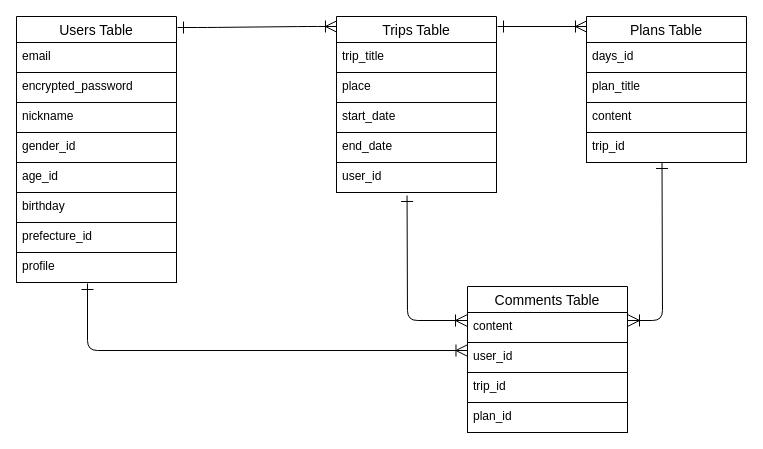
Before: ER.dio in toritori3165/tabipedia, a draw.io diagram. Source tidied: cells renumbered, new cells numbered last; positions are measured from the earlier drawing's top-left corner, leaving out a move shared by most shapes. Both pictures are drawn from the tidied source at 100%, with x=0, y=0 at pixel (16, 16).
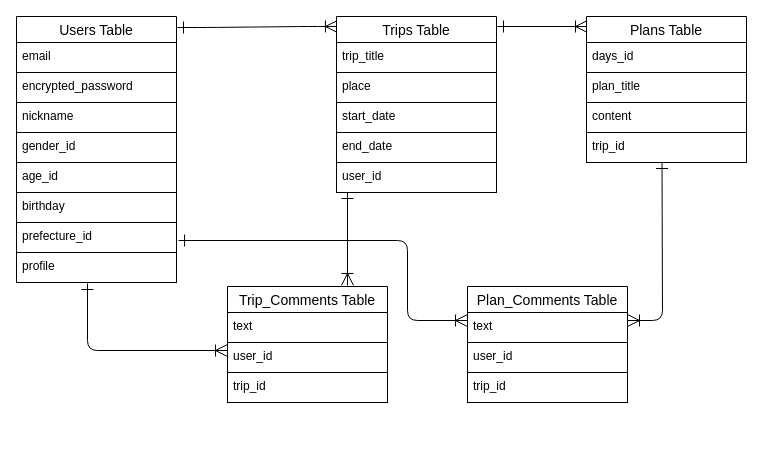
After the change.

The change refers to these unchanged cells:
```xml
<mxCell id="22" value="prefecture_id" style="text;strokeColor=default;fillColor=none;spacingLeft=4;spacingRight=4;overflow=hidden;points=[[0,0.5],[1,0.5]];portConstraint=eastwest;fontSize=12;" parent="13" vertex="1">
  <mxGeometry y="206" width="160" height="30" as="geometry" />
</mxCell>
<mxCell id="25" value="user_id" style="text;strokeColor=default;fillColor=none;spacingLeft=4;spacingRight=4;overflow=hidden;points=[[0,0.5],[1,0.5]];portConstraint=eastwest;fontSize=12;" parent="24" vertex="1">
  <mxGeometry y="146" width="160" height="30" as="geometry" />
</mxCell>
```

The edit, as a diff of the source:
```diff
@@
-    <mxCell id="2" style="fontSize=12;html=1;endArrow=ERoneToMany;entryX=0.003;entryY=0.267;entryDx=0;entryDy=0;entryPerimeter=0;startArrow=ERone;startFill=0;endSize=10;startSize=10;" parent="1" edge="1" target="7">
+    <mxCell id="2" style="fontSize=12;html=1;endArrow=ERoneToMany;startArrow=ERone;startFill=0;endSize=10;startSize=10;" parent="1" edge="1">
       <mxGeometry relative="1" as="geometry">
         <mxPoint x="71" y="267" as="sourcePoint" />
+        <mxPoint x="211" y="334" as="targetPoint" />
         <Array as="points">
           <mxPoint x="71" y="334" />
         </Array>
       </mxGeometry>
     </mxCell>
@@
-    <mxCell id="4" style="group;" parent="1" vertex="1">
-      <mxGeometry x="451" y="270" width="160" height="146" as="geometry" />
-    </mxCell>
-    <mxCell id="5" value="Comments Table" style="swimlane;fontStyle=0;horizontal=1;startSize=26;align=center;fontSize=14;strokeColor=default;" parent="4" vertex="1">
-      <mxGeometry width="160" height="116" as="geometry" />
-    </mxCell>
-    <mxCell id="6" value="content" style="text;strokeColor=default;fillColor=none;spacingLeft=4;spacingRight=4;overflow=hidden;fontSize=12;" parent="5" vertex="1">
-      <mxGeometry y="26" width="160" height="30" as="geometry" />
-    </mxCell>
-    <mxCell id="7" value="user_id" style="text;strokeColor=none;fillColor=none;spacingLeft=4;spacingRight=4;overflow=hidden;points=[[0,0.5],[1,0.5]];portConstraint=eastwest;fontSize=12;" parent="5" vertex="1">
-      <mxGeometry y="56" width="160" height="30" as="geometry" />
-    </mxCell>
-    <mxCell id="8" value="trip_id" style="text;strokeColor=default;fillColor=none;spacingLeft=4;spacingRight=4;overflow=hidden;fontSize=12;" parent="5" vertex="1">
-      <mxGeometry y="86" width="160" height="30" as="geometry" />
-    </mxCell>
-    <mxCell id="9" value="plan_id" style="text;strokeColor=default;fillColor=none;spacingLeft=4;spacingRight=4;overflow=hidden;fontSize=12;" parent="4" vertex="1">
-      <mxGeometry y="116" width="160" height="30" as="geometry" />
-    </mxCell>
@@
-    <mxCell id="11" style="endArrow=ERone;html=1;startArrow=ERoneToMany;startFill=0;endFill=0;endSize=10;startSize=10;entryX=0.441;entryY=1.1;entryDx=0;entryDy=0;entryPerimeter=0;" parent="1" edge="1" target="25">
+    <mxCell id="11" style="endArrow=ERone;html=1;startArrow=ERoneToMany;startFill=0;endFill=0;endSize=10;startSize=10;entryX=1.013;entryY=0.6;entryDx=0;entryDy=0;entryPerimeter=0;" parent="1" edge="1" target="22">
       <mxGeometry relative="1" as="geometry">
         <mxPoint x="451" y="304" as="sourcePoint" />
         <Array as="points">
           <mxPoint x="391" y="304" />
+          <mxPoint x="391" y="224" />
         </Array>
       </mxGeometry>
     </mxCell>
@@
+    <mxCell id="5" value="Plan_Comments Table" style="swimlane;fontStyle=0;horizontal=1;startSize=26;align=center;fontSize=14;strokeColor=default;" parent="1" vertex="1">
+      <mxGeometry x="451" y="270" width="160" height="116" as="geometry" />
+    </mxCell>
+    <mxCell id="6" value="text" style="text;strokeColor=default;fillColor=none;spacingLeft=4;spacingRight=4;overflow=hidden;fontSize=12;" parent="5" vertex="1">
+      <mxGeometry y="26" width="160" height="30" as="geometry" />
+    </mxCell>
+    <mxCell id="7" value="user_id" style="text;strokeColor=none;fillColor=none;spacingLeft=4;spacingRight=4;overflow=hidden;points=[[0,0.5],[1,0.5]];portConstraint=eastwest;fontSize=12;" parent="5" vertex="1">
+      <mxGeometry y="56" width="160" height="30" as="geometry" />
+    </mxCell>
+    <mxCell id="8" value="trip_id" style="text;strokeColor=default;fillColor=none;spacingLeft=4;spacingRight=4;overflow=hidden;fontSize=12;" parent="5" vertex="1">
+      <mxGeometry y="86" width="160" height="30" as="geometry" />
+    </mxCell>
+    <mxCell id="37" value="Trip_Comments Table" style="swimlane;fontStyle=0;horizontal=1;startSize=26;align=center;fontSize=14;strokeColor=default;" parent="1" vertex="1">
+      <mxGeometry x="211" y="270" width="160" height="116" as="geometry" />
+    </mxCell>
+    <mxCell id="38" value="text" style="text;strokeColor=default;fillColor=none;spacingLeft=4;spacingRight=4;overflow=hidden;fontSize=12;" parent="37" vertex="1">
+      <mxGeometry y="26" width="160" height="30" as="geometry" />
+    </mxCell>
+    <mxCell id="39" value="user_id" style="text;strokeColor=none;fillColor=none;spacingLeft=4;spacingRight=4;overflow=hidden;fontSize=12;" parent="37" vertex="1">
+      <mxGeometry y="56" width="160" height="30" as="geometry" />
+    </mxCell>
+    <mxCell id="40" value="trip_id" style="text;strokeColor=default;fillColor=none;spacingLeft=4;spacingRight=4;overflow=hidden;fontSize=12;" parent="37" vertex="1">
+      <mxGeometry y="86" width="160" height="30" as="geometry" />
+    </mxCell>
+    <mxCell id="41" style="edgeStyle=none;jettySize=auto;html=1;startArrow=ERone;startFill=0;endArrow=ERoneToMany;endFill=0;endSize=10;startSize=10;entryX=0.75;entryY=-0.009;entryDx=0;entryDy=0;entryPerimeter=0;" parent="1" edge="1" target="37">
+      <mxGeometry relative="1" as="geometry">
+        <mxPoint x="331" y="176" as="sourcePoint" />
+      </mxGeometry>
+    </mxCell>
```
